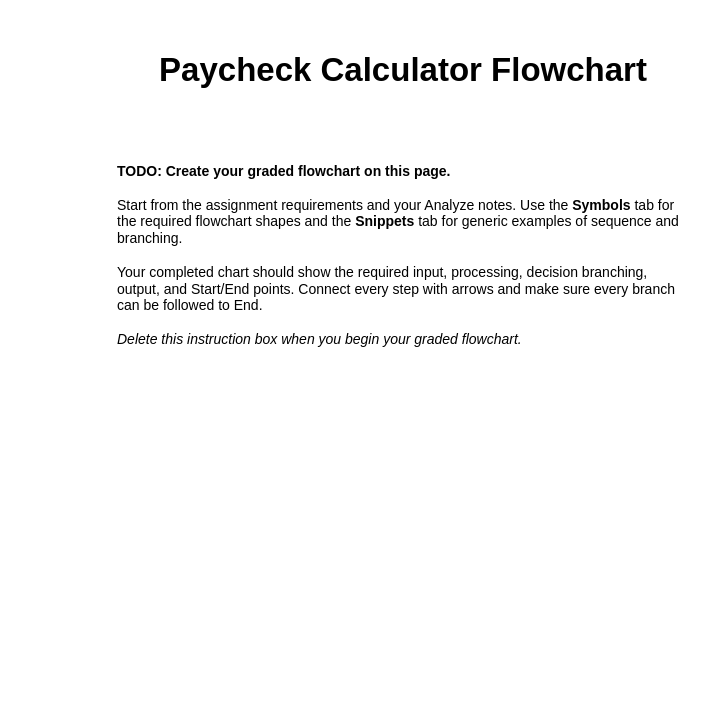
Earlier version of the draw.io diagram page "Paycheck Calculator" (1 of 5) of design/paycheck_calculator.drawio (tambat2017-jpg/it140-m3-assignment). Source tidied: cells renumbered, new cells numbered last; positions are measured from the earlier drawing's top-left corner, leaving out a move shared by most shapes. Both pictures are drawn from the tidied source at 100%, with x=0, y=0 at pixel (103, 34).
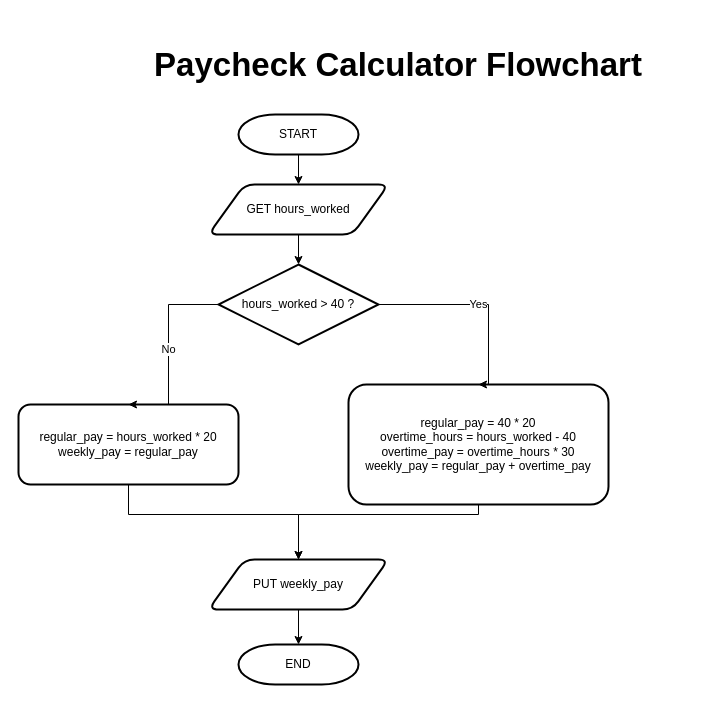
Above is the later version.

Commit message (it also covers changes not shown here):
Complete paycheck calculator flowchart, pseudocode, and optional Python implementation

Diff of the diagram source:
```diff
@@
     <mxCell id="2" value="&lt;h2&gt;Paycheck Calculator Flowchart&lt;/h2&gt;" style="text;html=1;align=center;verticalAlign=middle;whiteSpace=wrap;rounded=0;fontSize=22;" parent="1" vertex="1">
-      <mxGeometry x="35" width="530" height="70" as="geometry" />
+      <mxGeometry x="35" width="520" height="60" as="geometry" />
     </mxCell>
-    <mxCell id="3" value="&lt;b&gt;TODO: Create your graded flowchart on this page.&lt;/b&gt;&lt;br&gt;&lt;br&gt;Start from the assignment requirements and your Analyze notes. Use the &lt;b&gt;Symbols&lt;/b&gt; tab for the required flowchart shapes and the &lt;b&gt;Snippets&lt;/b&gt; tab for generic examples of sequence and branching.&lt;br&gt;&lt;br&gt;Your completed chart should show the required input, processing, decision branching, output, and Start/End points. Connect every step with arrows and make sure every branch can be followed to End.&lt;br&gt;&lt;br&gt;&lt;i&gt;Delete this instruction box when you begin your graded flowchart.&lt;/i&gt;" style="text;html=1;align=left;verticalAlign=top;whiteSpace=wrap;rounded=1;strokeWidth=1;spacing=14;fontSize=14;" parent="1" vertex="1">
-      <mxGeometry y="110" width="600" height="330" as="geometry" />
-    </mxCell>
+    <mxCell id="4" value="START" style="shape=mxgraph.flowchart.terminator;whiteSpace=wrap;html=1;strokeWidth=2;" parent="1" vertex="1">
+      <mxGeometry x="135" y="80" width="120" height="40" as="geometry" />
+    </mxCell>
+    <mxCell id="5" value="GET hours_worked" style="shape=parallelogram;rounded=1;whiteSpace=wrap;html=1;strokeWidth=2;" parent="1" vertex="1">
+      <mxGeometry x="105" y="150" width="180" height="50" as="geometry" />
+    </mxCell>
+    <mxCell id="6" value="hours_worked &gt; 40 ?" style="shape=mxgraph.flowchart.decision;whiteSpace=wrap;html=1;strokeWidth=2;" parent="1" vertex="1">
+      <mxGeometry x="115" y="230" width="160" height="80" as="geometry" />
+    </mxCell>
+    <mxCell id="7" value="regular_pay = hours_worked * 20&#10;weekly_pay = regular_pay" style="rounded=1;whiteSpace=wrap;html=1;strokeWidth=2;" parent="1" vertex="1">
+      <mxGeometry x="-85" y="370" width="220" height="80" as="geometry" />
+    </mxCell>
+    <mxCell id="8" value="regular_pay = 40 * 20&#10;overtime_hours = hours_worked - 40&#10;overtime_pay = overtime_hours * 30&#10;weekly_pay = regular_pay + overtime_pay" style="rounded=1;whiteSpace=wrap;html=1;strokeWidth=2;" parent="1" vertex="1">
+      <mxGeometry x="245" y="350" width="260" height="120" as="geometry" />
+    </mxCell>
+    <mxCell id="9" value="PUT weekly_pay" style="shape=parallelogram;rounded=1;whiteSpace=wrap;html=1;strokeWidth=2;" parent="1" vertex="1">
+      <mxGeometry x="105" y="525" width="180" height="50" as="geometry" />
+    </mxCell>
+    <mxCell id="10" value="END" style="shape=mxgraph.flowchart.terminator;whiteSpace=wrap;html=1;strokeWidth=2;" parent="1" vertex="1">
+      <mxGeometry x="135" y="610" width="120" height="40" as="geometry" />
+    </mxCell>
+    <mxCell id="11" style="edgeStyle=orthogonalEdgeStyle;rounded=0;jettySize=auto;html=1;entryX=0.5;entryY=0;entryDx=0;entryDy=0;exitX=0.5;exitY=1;exitDx=0;exitDy=0;" parent="1" edge="1" source="4" target="5">
+      <mxGeometry relative="1" as="geometry" />
+    </mxCell>
+    <mxCell id="12" style="edgeStyle=orthogonalEdgeStyle;rounded=0;jettySize=auto;html=1;entryX=0.5;entryY=0;entryDx=0;entryDy=0;exitX=0.5;exitY=1;exitDx=0;exitDy=0;" parent="1" edge="1" source="5" target="6">
+      <mxGeometry relative="1" as="geometry" />
+    </mxCell>
+    <mxCell id="13" value="No" style="edgeStyle=orthogonalEdgeStyle;rounded=0;jettySize=auto;html=1;exitX=0;exitY=0.5;exitDx=0;exitDy=0;entryX=0.5;entryY=0;entryDx=0;entryDy=0;" parent="1" edge="1" source="6" target="7">
+      <mxGeometry relative="1" as="geometry">
+        <Array as="points">
+          <mxPoint x="65" y="270" />
+        </Array>
+      </mxGeometry>
+    </mxCell>
+    <mxCell id="14" value="Yes" style="edgeStyle=orthogonalEdgeStyle;rounded=0;jettySize=auto;html=1;exitX=1;exitY=0.5;exitDx=0;exitDy=0;entryX=0.5;entryY=0;entryDx=0;entryDy=0;" parent="1" edge="1" source="6" target="8">
+      <mxGeometry relative="1" as="geometry">
+        <Array as="points">
+          <mxPoint x="385" y="270" />
+        </Array>
+      </mxGeometry>
+    </mxCell>
+    <mxCell id="15" style="edgeStyle=orthogonalEdgeStyle;rounded=0;jettySize=auto;html=1;exitX=0.5;exitY=1;exitDx=0;exitDy=0;entryX=0.5;entryY=0;entryDx=0;entryDy=0;" parent="1" edge="1" source="7" target="9">
+      <mxGeometry relative="1" as="geometry">
+        <Array as="points">
+          <mxPoint x="25" y="480" />
+          <mxPoint x="195" y="480" />
+        </Array>
+      </mxGeometry>
+    </mxCell>
+    <mxCell id="16" style="edgeStyle=orthogonalEdgeStyle;rounded=0;jettySize=auto;html=1;exitX=0.5;exitY=1;exitDx=0;exitDy=0;entryX=0.5;entryY=0;entryDx=0;entryDy=0;" parent="1" edge="1" source="8" target="9">
+      <mxGeometry relative="1" as="geometry">
+        <Array as="points">
+          <mxPoint x="375" y="480" />
+          <mxPoint x="195" y="480" />
+        </Array>
+      </mxGeometry>
+    </mxCell>
+    <mxCell id="17" style="edgeStyle=orthogonalEdgeStyle;rounded=0;jettySize=auto;html=1;entryX=0.5;entryY=0;entryDx=0;entryDy=0;exitX=0.5;exitY=1;exitDx=0;exitDy=0;" parent="1" edge="1" source="9" target="10">
+      <mxGeometry relative="1" as="geometry" />
+    </mxCell>
```
